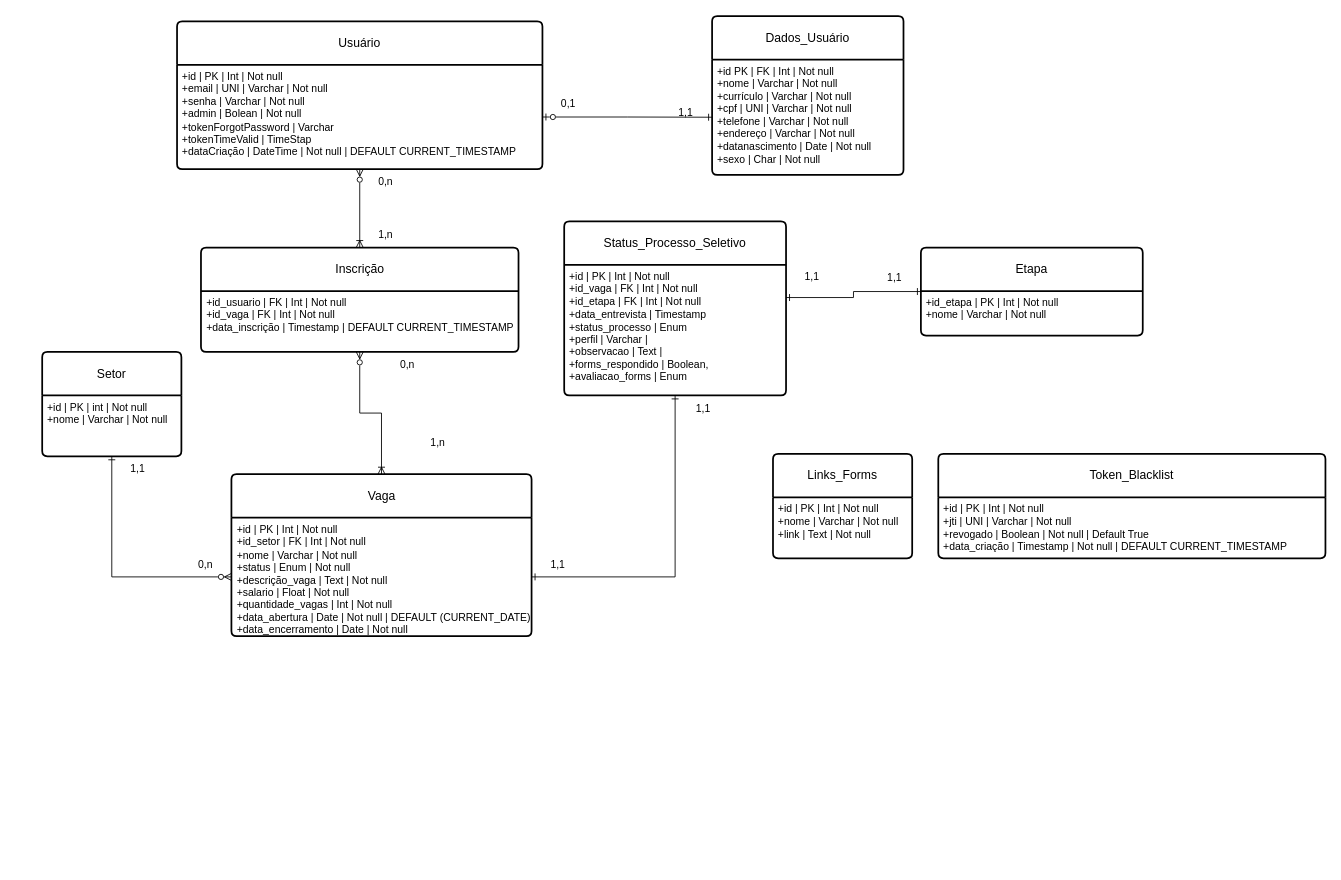
Earlier version of the draw.io diagram Diagrama Modelo Lógico.drawio (ExtraProjects860/Project-Selection-Process-Control). Source tidied: cells renumbered, new cells numbered last; positions are measured from the earlier drawing's top-left corner, leaving out a move shared by most shapes. Both pictures are drawn from the tidied source at 87%, with x=0, y=0 at pixel (42, 16).
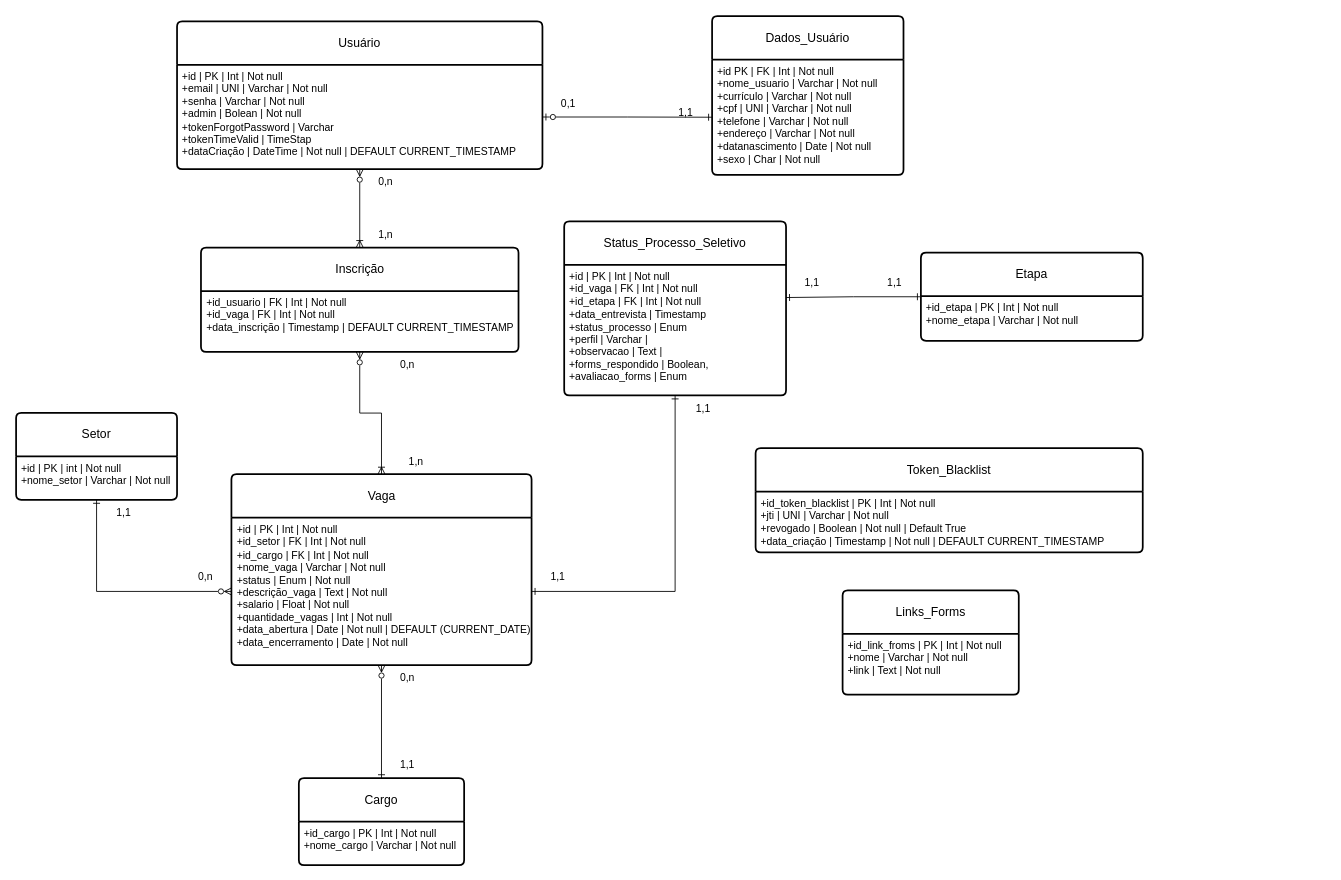
The same diagram, later.

The change refers to these unchanged cells:
```xml
<mxCell id="4" value="Dados_Usuário" style="swimlane;horizontal=1;startSize=50;rounded=1;fontSize=14;fontStyle=0;strokeWidth=2;shadow=0;dashed=0;align=center;arcSize=4;whiteSpace=wrap;html=1;" parent="1" vertex="1">
  <mxGeometry x="770" width="220" height="182.5" as="geometry" />
</mxCell>
```

Change to the diagram source:
```diff
@@
-    <mxCell id="5" value="&lt;div&gt;+id PK | FK | Int | Not null&lt;/div&gt;+nome | Varchar | Not null&lt;div&gt;+currículo | Varchar | Not null&lt;br&gt;&lt;div&gt;+cpf | UNI | Varchar | Not null&lt;br&gt;&lt;div&gt;+telefone | Varchar | Not null&lt;/div&gt;&lt;div&gt;+endereço | Varchar | Not null&lt;/div&gt;&lt;div&gt;+datanascimento | Date | Not null&lt;/div&gt;&lt;/div&gt;&lt;div&gt;+sexo | Char | Not null&lt;/div&gt;&lt;/div&gt;" style="align=left;strokeColor=none;fillColor=none;spacingLeft=4;fontSize=12;verticalAlign=top;html=1;" parent="4" vertex="1">
+    <mxCell id="5" value="&lt;div&gt;+id PK | FK | Int | Not null&lt;/div&gt;+nome_usuario | Varchar | Not null&lt;div&gt;+currículo | Varchar | Not null&lt;br&gt;&lt;div&gt;+cpf | UNI | Varchar | Not null&lt;br&gt;&lt;div&gt;+telefone | Varchar | Not null&lt;/div&gt;&lt;div&gt;+endereço | Varchar | Not null&lt;/div&gt;&lt;div&gt;+datanascimento | Date | Not null&lt;/div&gt;&lt;/div&gt;&lt;div&gt;+sexo | Char | Not null&lt;/div&gt;&lt;/div&gt;" style="align=left;strokeColor=none;fillColor=none;spacingLeft=4;fontSize=12;verticalAlign=top;html=1;" parent="4" vertex="1">
       <mxGeometry y="50" width="220" height="132.5" as="geometry" />
     </mxCell>
     <mxCell id="6" value="Setor" style="swimlane;horizontal=1;startSize=50;rounded=1;fontSize=14;fontStyle=0;strokeWidth=2;shadow=0;dashed=0;align=center;arcSize=4;whiteSpace=wrap;html=1;" parent="1" vertex="1">
-      <mxGeometry y="386" width="160" height="120" as="geometry" />
+      <mxGeometry x="-30" y="456" width="185" height="100" as="geometry" />
     </mxCell>
-    <mxCell id="7" value="+id | PK | int | Not null&lt;br&gt;&lt;div&gt;+nome | Varchar | Not null&lt;/div&gt;" style="align=left;strokeColor=none;fillColor=none;spacingLeft=4;fontSize=12;verticalAlign=top;html=1;" parent="6" vertex="1">
-      <mxGeometry y="50" width="160" height="70" as="geometry" />
+    <mxCell id="7" value="+id | PK | int | Not null&lt;br&gt;&lt;div&gt;+nome_setor | Varchar | Not null&lt;/div&gt;" style="align=left;strokeColor=none;fillColor=none;spacingLeft=4;fontSize=12;verticalAlign=top;html=1;" parent="6" vertex="1">
+      <mxGeometry y="50" width="185" height="50" as="geometry" />
     </mxCell>
@@
     <mxCell id="13" value="1,1" style="text;html=1;align=center;verticalAlign=middle;whiteSpace=wrap;rounded=0;" parent="1" vertex="1">
-      <mxGeometry x="80" y="506" width="60" height="30" as="geometry" />
+      <mxGeometry x="64" y="556" width="60" height="30" as="geometry" />
     </mxCell>
     <mxCell id="14" value="1,1" style="text;html=1;align=center;verticalAlign=middle;whiteSpace=wrap;rounded=0;" parent="1" vertex="1">
-      <mxGeometry x="562.5" y="616" width="60" height="30" as="geometry" />
+      <mxGeometry x="562.5" y="630" width="60" height="30" as="geometry" />
     </mxCell>
@@
     <mxCell id="16" value="1,n" style="text;html=1;align=center;verticalAlign=middle;whiteSpace=wrap;rounded=0;" parent="1" vertex="1">
-      <mxGeometry x="425" y="476" width="60" height="30" as="geometry" />
+      <mxGeometry x="400" y="496.5" width="60" height="30" as="geometry" />
     </mxCell>
     <mxCell id="17" value="Vaga" style="swimlane;horizontal=1;startSize=50;rounded=1;fontSize=14;fontStyle=0;strokeWidth=2;shadow=0;dashed=0;align=center;arcSize=4;whiteSpace=wrap;html=1;" parent="1" vertex="1">
-      <mxGeometry x="217.5" y="526.5" width="345" height="186.2" as="geometry" />
+      <mxGeometry x="217.5" y="526.5" width="345" height="219.5" as="geometry" />
     </mxCell>
-    <mxCell id="18" value="&lt;div&gt;+id | PK | Int | Not null&lt;/div&gt;&lt;div&gt;+id_setor | FK | Int | Not null&lt;/div&gt;&lt;div&gt;&lt;span style=&quot;background-color: initial;&quot;&gt;+nome | Varchar | Not null&lt;/span&gt;&lt;br&gt;&lt;/div&gt;&lt;div&gt;&lt;span style=&quot;background-color: initial;&quot;&gt;+status | Enum | Not null&lt;/span&gt;&lt;/div&gt;&lt;div&gt;+descrição_vaga | Text | Not null&lt;/div&gt;&lt;div&gt;+salario | Float | Not null&lt;/div&gt;&lt;div&gt;+quantidade_vagas | Int | Not null&lt;/div&gt;&lt;div&gt;+data_abertura | Date | Not null |&amp;nbsp;DEFAULT (CURRENT_DATE)&lt;/div&gt;&lt;div&gt;+data_encerramento | Date | Not null&lt;/div&gt;" style="align=left;strokeColor=none;fillColor=none;spacingLeft=4;fontSize=12;verticalAlign=top;html=1;" parent="17" vertex="1">
-      <mxGeometry y="50" width="345" height="136.2" as="geometry" />
+    <mxCell id="18" value="&lt;div&gt;+id | PK | Int | Not null&lt;/div&gt;&lt;div&gt;+id_setor | FK | Int | Not null&lt;/div&gt;&lt;div&gt;+id_cargo | FK | Int | Not null&lt;/div&gt;&lt;div&gt;&lt;span style=&quot;background-color: initial;&quot;&gt;+nome_vaga | Varchar | Not null&lt;/span&gt;&lt;br&gt;&lt;/div&gt;&lt;div&gt;&lt;span style=&quot;background-color: initial;&quot;&gt;+status | Enum | Not null&lt;/span&gt;&lt;/div&gt;&lt;div&gt;+descrição_vaga | Text | Not null&lt;/div&gt;&lt;div&gt;+salario | Float | Not null&lt;/div&gt;&lt;div&gt;+quantidade_vagas | Int | Not null&lt;/div&gt;&lt;div&gt;+data_abertura | Date | Not null |&amp;nbsp;DEFAULT (CURRENT_DATE)&lt;/div&gt;&lt;div&gt;+data_encerramento | Date | Not null&lt;/div&gt;" style="align=left;strokeColor=none;fillColor=none;spacingLeft=4;fontSize=12;verticalAlign=top;html=1;" parent="17" vertex="1">
+      <mxGeometry y="50" width="345" height="169.5" as="geometry" />
     </mxCell>
     <mxCell id="19" value="0,n" style="text;html=1;align=center;verticalAlign=middle;whiteSpace=wrap;rounded=0;" parent="1" vertex="1">
-      <mxGeometry x="157.5" y="616" width="60" height="30" as="geometry" />
+      <mxGeometry x="157.5" y="630" width="60" height="30" as="geometry" />
     </mxCell>
@@
     <mxCell id="30" value="Etapa" style="swimlane;horizontal=1;startSize=50;rounded=1;fontSize=14;fontStyle=0;strokeWidth=2;shadow=0;dashed=0;align=center;arcSize=4;whiteSpace=wrap;html=1;" parent="1" vertex="1">
-      <mxGeometry x="1010" y="266" width="255" height="101.2" as="geometry" />
+      <mxGeometry x="1010" y="272" width="255" height="101.2" as="geometry" />
     </mxCell>
-    <mxCell id="31" value="+id_etapa | PK | Int | Not null&lt;div&gt;+nome | Varchar | Not null&lt;/div&gt;" style="align=left;strokeColor=none;fillColor=none;spacingLeft=4;fontSize=12;verticalAlign=top;html=1;" parent="30" vertex="1">
+    <mxCell id="31" value="+id_etapa | PK | Int | Not null&lt;div&gt;+nome_etapa | Varchar | Not null&lt;/div&gt;" style="align=left;strokeColor=none;fillColor=none;spacingLeft=4;fontSize=12;verticalAlign=top;html=1;" parent="30" vertex="1">
       <mxGeometry y="50" width="255" height="51.2" as="geometry" />
     </mxCell>
     <mxCell id="32" value="1,1" style="text;html=1;align=center;verticalAlign=middle;whiteSpace=wrap;rounded=0;" parent="1" vertex="1">
-      <mxGeometry x="855" y="284.8" width="60" height="30" as="geometry" />
+      <mxGeometry x="855" y="291.8" width="60" height="30" as="geometry" />
     </mxCell>
     <mxCell id="33" value="1,1" style="text;html=1;align=center;verticalAlign=middle;whiteSpace=wrap;rounded=0;" parent="1" vertex="1">
-      <mxGeometry x="950" y="286" width="60" height="30" as="geometry" />
+      <mxGeometry x="950" y="292" width="60" height="30" as="geometry" />
     </mxCell>
     <mxCell id="34" value="Links_Forms" style="swimlane;horizontal=1;startSize=50;rounded=1;fontSize=14;fontStyle=0;strokeWidth=2;shadow=0;dashed=0;align=center;arcSize=4;whiteSpace=wrap;html=1;" parent="1" vertex="1">
-      <mxGeometry x="840" y="503.2" width="160" height="120" as="geometry" />
+      <mxGeometry x="920" y="660" width="202.5" height="120" as="geometry" />
     </mxCell>
-    <mxCell id="35" value="+id | PK | Int | Not null&lt;div&gt;+nome | Varchar | Not null&lt;/div&gt;&lt;div&gt;+link | Text | Not null&lt;br&gt;&lt;div&gt;&lt;br&gt;&lt;/div&gt;&lt;/div&gt;" style="align=left;strokeColor=none;fillColor=none;spacingLeft=4;fontSize=12;verticalAlign=top;html=1;" parent="34" vertex="1">
-      <mxGeometry y="50" width="160" height="70" as="geometry" />
+    <mxCell id="35" value="+id_link_froms | PK | Int | Not null&lt;div&gt;+nome | Varchar | Not null&lt;/div&gt;&lt;div&gt;+link | Text | Not null&lt;br&gt;&lt;div&gt;&lt;br&gt;&lt;/div&gt;&lt;/div&gt;" style="align=left;strokeColor=none;fillColor=none;spacingLeft=4;fontSize=12;verticalAlign=top;html=1;" parent="34" vertex="1">
+      <mxGeometry y="50" width="202.5" height="70" as="geometry" />
     </mxCell>
     <mxCell id="36" value="Token_Blacklist" style="swimlane;horizontal=1;startSize=50;rounded=1;fontSize=14;fontStyle=0;strokeWidth=2;shadow=0;dashed=0;align=center;arcSize=4;whiteSpace=wrap;html=1;" parent="1" vertex="1">
-      <mxGeometry x="1030" y="503.2" width="445" height="120" as="geometry" />
+      <mxGeometry x="820" y="496.5" width="445" height="120" as="geometry" />
     </mxCell>
-    <mxCell id="37" value="+id | PK | Int | Not null&lt;div&gt;+jti | UNI | Varchar | Not null&lt;/div&gt;&lt;div&gt;+revogado | Boolean | Not null | Default True&lt;br&gt;&lt;div&gt;+data_criação | Timestamp | Not null |&amp;nbsp;DEFAULT CURRENT_TIMESTAMP&lt;/div&gt;&lt;/div&gt;" style="align=left;strokeColor=none;fillColor=none;spacingLeft=4;fontSize=12;verticalAlign=top;html=1;" parent="36" vertex="1">
+    <mxCell id="37" value="+id_token_blacklist | PK | Int | Not null&lt;div&gt;+jti | UNI | Varchar | Not null&lt;/div&gt;&lt;div&gt;+revogado | Boolean | Not null | Default True&lt;br&gt;&lt;div&gt;+data_criação | Timestamp | Not null |&amp;nbsp;DEFAULT CURRENT_TIMESTAMP&lt;/div&gt;&lt;/div&gt;" style="align=left;strokeColor=none;fillColor=none;spacingLeft=4;fontSize=12;verticalAlign=top;html=1;" parent="36" vertex="1">
       <mxGeometry y="50" width="445" height="70" as="geometry" />
     </mxCell>
+    <mxCell id="38" style="edgeStyle=orthogonalEdgeStyle;rounded=0;jettySize=auto;html=1;entryX=0.5;entryY=1;entryDx=0;entryDy=0;endArrow=ERzeroToMany;endFill=0;startArrow=ERone;startFill=0;" parent="1" edge="1" source="39" target="18">
+      <mxGeometry relative="1" as="geometry" />
+    </mxCell>
+    <mxCell id="39" value="Cargo" style="swimlane;horizontal=1;startSize=50;rounded=1;fontSize=14;fontStyle=0;strokeWidth=2;shadow=0;dashed=0;align=center;arcSize=4;whiteSpace=wrap;html=1;" parent="1" vertex="1">
+      <mxGeometry x="295" y="876" width="190" height="100" as="geometry" />
+    </mxCell>
+    <mxCell id="40" value="+id_cargo | PK | Int | Not null&lt;br&gt;+nome_cargo | Varchar | Not null" style="align=left;strokeColor=none;fillColor=none;spacingLeft=4;fontSize=12;verticalAlign=top;html=1;" parent="39" vertex="1">
+      <mxGeometry y="50" width="190" height="50" as="geometry" />
+    </mxCell>
+    <mxCell id="41" value="0,n" style="text;html=1;align=center;verticalAlign=middle;whiteSpace=wrap;rounded=0;" parent="1" vertex="1">
+      <mxGeometry x="390" y="746" width="60" height="30" as="geometry" />
+    </mxCell>
+    <mxCell id="42" value="1,1" style="text;html=1;align=center;verticalAlign=middle;whiteSpace=wrap;rounded=0;" parent="1" vertex="1">
+      <mxGeometry x="390" y="846" width="60" height="30" as="geometry" />
+    </mxCell>
```
